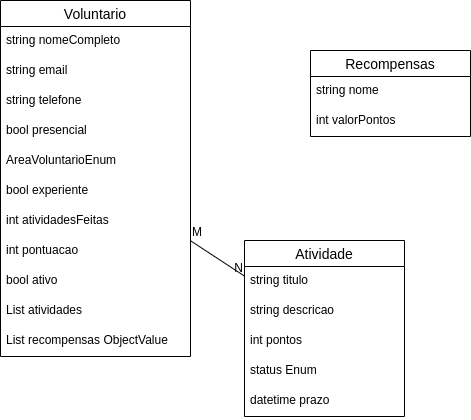
Earlier version of the draw.io export docs/AjudaeDiagram.png (bibi-eight/Ajudae). Source tidied: cells renumbered, new cells last; positions are measured from the earlier drawing's top-left corner, leaving out a move shared by most shapes. Its diagram source:
```xml
<mxGraphModel>
  <root>
    <mxCell id="0" />
    <mxCell id="1" parent="0" />
    <mxCell id="2" value="Voluntario" style="swimlane;fontStyle=0;horizontal=1;startSize=26;align=center;fontSize=14;" parent="1" vertex="1">
      <mxGeometry width="190" height="356" as="geometry" />
    </mxCell>
    <mxCell id="3" value="string nomeCompleto" style="text;strokeColor=none;fillColor=none;spacingLeft=4;spacingRight=4;overflow=hidden;fontSize=12;whiteSpace=wrap;html=1;" parent="2" vertex="1">
      <mxGeometry y="26" width="190" height="30" as="geometry" />
    </mxCell>
    <mxCell id="4" value="string email" style="text;strokeColor=none;fillColor=none;spacingLeft=4;spacingRight=4;overflow=hidden;fontSize=12;whiteSpace=wrap;html=1;" parent="2" vertex="1">
      <mxGeometry y="56" width="190" height="30" as="geometry" />
    </mxCell>
    <mxCell id="5" value="string telefone" style="text;strokeColor=none;fillColor=none;spacingLeft=4;spacingRight=4;overflow=hidden;fontSize=12;whiteSpace=wrap;html=1;" parent="2" vertex="1">
      <mxGeometry y="86" width="190" height="30" as="geometry" />
    </mxCell>
    <mxCell id="6" value="bool presencial" style="text;strokeColor=none;fillColor=none;spacingLeft=4;spacingRight=4;overflow=hidden;fontSize=12;whiteSpace=wrap;html=1;" parent="2" vertex="1">
      <mxGeometry y="116" width="190" height="30" as="geometry" />
    </mxCell>
    <mxCell id="7" value="AreaVoluntarioEnum" style="text;strokeColor=none;fillColor=none;spacingLeft=4;spacingRight=4;overflow=hidden;fontSize=12;whiteSpace=wrap;html=1;" parent="2" vertex="1">
      <mxGeometry y="146" width="190" height="30" as="geometry" />
    </mxCell>
    <mxCell id="8" value="bool experiente" style="text;strokeColor=none;fillColor=none;spacingLeft=4;spacingRight=4;overflow=hidden;fontSize=12;whiteSpace=wrap;html=1;" parent="2" vertex="1">
      <mxGeometry y="176" width="190" height="30" as="geometry" />
    </mxCell>
    <mxCell id="9" value="int atividadesFeitas" style="text;strokeColor=none;fillColor=none;spacingLeft=4;spacingRight=4;overflow=hidden;fontSize=12;whiteSpace=wrap;html=1;" parent="2" vertex="1">
      <mxGeometry y="206" width="190" height="30" as="geometry" />
    </mxCell>
    <mxCell id="10" value="int pontuacao" style="text;strokeColor=none;fillColor=none;spacingLeft=4;spacingRight=4;overflow=hidden;fontSize=12;whiteSpace=wrap;html=1;" parent="2" vertex="1">
      <mxGeometry y="236" width="190" height="30" as="geometry" />
    </mxCell>
    <mxCell id="11" value="bool ativo" style="text;strokeColor=none;fillColor=none;spacingLeft=4;spacingRight=4;overflow=hidden;fontSize=12;whiteSpace=wrap;html=1;" parent="2" vertex="1">
      <mxGeometry y="266" width="190" height="30" as="geometry" />
    </mxCell>
    <mxCell id="12" value="List atividades" style="text;strokeColor=none;fillColor=none;spacingLeft=4;spacingRight=4;overflow=hidden;fontSize=12;whiteSpace=wrap;html=1;" parent="2" vertex="1">
      <mxGeometry y="296" width="190" height="30" as="geometry" />
    </mxCell>
    <mxCell id="13" value="List recompensas ObjectValue" style="text;strokeColor=none;fillColor=none;spacingLeft=4;spacingRight=4;overflow=hidden;fontSize=12;whiteSpace=wrap;html=1;" parent="2" vertex="1">
      <mxGeometry y="326" width="190" height="30" as="geometry" />
    </mxCell>
    <mxCell id="14" value="Atividade" style="swimlane;fontStyle=0;horizontal=1;startSize=26;align=center;fontSize=14;" parent="1" vertex="1">
      <mxGeometry x="244" y="240" width="160" height="176" as="geometry" />
    </mxCell>
    <mxCell id="15" value="string titulo" style="text;strokeColor=none;fillColor=none;spacingLeft=4;spacingRight=4;overflow=hidden;fontSize=12;whiteSpace=wrap;html=1;" parent="14" vertex="1">
      <mxGeometry y="26" width="160" height="30" as="geometry" />
    </mxCell>
    <mxCell id="16" value="string descricao" style="text;strokeColor=none;fillColor=none;spacingLeft=4;spacingRight=4;overflow=hidden;fontSize=12;whiteSpace=wrap;html=1;" parent="14" vertex="1">
      <mxGeometry y="56" width="160" height="30" as="geometry" />
    </mxCell>
    <mxCell id="17" value="int pontos" style="text;strokeColor=none;fillColor=none;spacingLeft=4;spacingRight=4;overflow=hidden;fontSize=12;whiteSpace=wrap;html=1;" parent="14" vertex="1">
      <mxGeometry y="86" width="160" height="30" as="geometry" />
    </mxCell>
    <mxCell id="18" value="status Enum" style="text;strokeColor=none;fillColor=none;spacingLeft=4;spacingRight=4;overflow=hidden;fontSize=12;whiteSpace=wrap;html=1;" parent="14" vertex="1">
      <mxGeometry y="116" width="160" height="30" as="geometry" />
    </mxCell>
    <mxCell id="19" value="datetime prazo" style="text;strokeColor=none;fillColor=none;spacingLeft=4;spacingRight=4;overflow=hidden;fontSize=12;whiteSpace=wrap;html=1;" parent="14" vertex="1">
      <mxGeometry y="146" width="160" height="30" as="geometry" />
    </mxCell>
    <mxCell id="20" style="endArrow=none;html=1;rounded=0;" parent="1" edge="1" source="2" target="14">
      <mxGeometry relative="1" as="geometry" />
    </mxCell>
    <mxCell id="21" value="M" style="html=1;whiteSpace=wrap;align=left;verticalAlign=bottom;" parent="20" vertex="1">
      <mxGeometry x="-1" relative="1" as="geometry" />
    </mxCell>
    <mxCell id="22" value="N" style="html=1;whiteSpace=wrap;align=right;verticalAlign=bottom;" parent="20" vertex="1">
      <mxGeometry x="1" relative="1" as="geometry" />
    </mxCell>
    <mxCell id="23" value="Recompensas" style="swimlane;fontStyle=0;horizontal=1;startSize=26;align=center;fontSize=14;" parent="1" vertex="1">
      <mxGeometry x="310" y="50" width="160" height="86" as="geometry" />
    </mxCell>
    <mxCell id="24" value="string nome" style="text;strokeColor=none;fillColor=none;spacingLeft=4;spacingRight=4;overflow=hidden;fontSize=12;whiteSpace=wrap;html=1;" parent="23" vertex="1">
      <mxGeometry y="26" width="160" height="30" as="geometry" />
    </mxCell>
    <mxCell id="25" value="int valorPontos" style="text;strokeColor=none;fillColor=none;spacingLeft=4;spacingRight=4;overflow=hidden;fontSize=12;whiteSpace=wrap;html=1;" parent="23" vertex="1">
      <mxGeometry y="56" width="160" height="30" as="geometry" />
    </mxCell>
  </root>
</mxGraphModel>
```
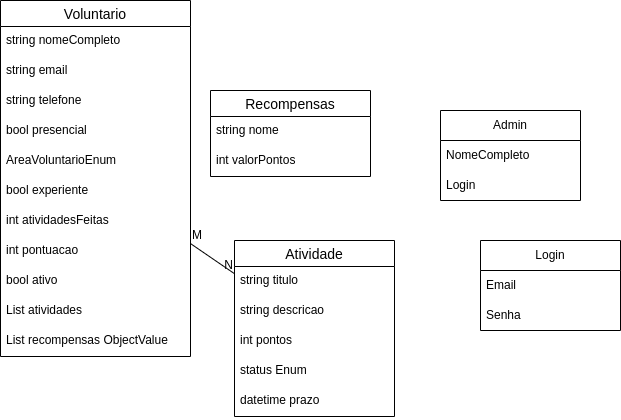
The same diagram one commit later.

Commit message:
chore: classe admin pra autenticação ?

What changed in the source:
```diff
@@ -3,7 +3,7 @@
     <mxCell id="0" />
     <mxCell id="1" parent="0" />
     <mxCell id="2" value="Voluntario" style="swimlane;fontStyle=0;horizontal=1;startSize=26;align=center;fontSize=14;" parent="1" vertex="1">
-      <mxGeometry width="190" height="356" as="geometry" />
+      <mxGeometry x="-70" width="190" height="356" as="geometry" />
     </mxCell>
     <mxCell id="3" value="string nomeCompleto" style="text;strokeColor=none;fillColor=none;spacingLeft=4;spacingRight=4;overflow=hidden;fontSize=12;whiteSpace=wrap;html=1;" parent="2" vertex="1">
       <mxGeometry y="26" width="190" height="30" as="geometry" />
@@ -39,7 +39,7 @@
       <mxGeometry y="326" width="190" height="30" as="geometry" />
     </mxCell>
     <mxCell id="14" value="Atividade" style="swimlane;fontStyle=0;horizontal=1;startSize=26;align=center;fontSize=14;" parent="1" vertex="1">
-      <mxGeometry x="244" y="240" width="160" height="176" as="geometry" />
+      <mxGeometry x="164" y="240" width="160" height="176" as="geometry" />
     </mxCell>
     <mxCell id="15" value="string titulo" style="text;strokeColor=none;fillColor=none;spacingLeft=4;spacingRight=4;overflow=hidden;fontSize=12;whiteSpace=wrap;html=1;" parent="14" vertex="1">
       <mxGeometry y="26" width="160" height="30" as="geometry" />
@@ -66,7 +66,7 @@
       <mxGeometry x="1" relative="1" as="geometry" />
     </mxCell>
     <mxCell id="23" value="Recompensas" style="swimlane;fontStyle=0;horizontal=1;startSize=26;align=center;fontSize=14;" parent="1" vertex="1">
-      <mxGeometry x="310" y="50" width="160" height="86" as="geometry" />
+      <mxGeometry x="140" y="90" width="160" height="86" as="geometry" />
     </mxCell>
     <mxCell id="24" value="string nome" style="text;strokeColor=none;fillColor=none;spacingLeft=4;spacingRight=4;overflow=hidden;fontSize=12;whiteSpace=wrap;html=1;" parent="23" vertex="1">
       <mxGeometry y="26" width="160" height="30" as="geometry" />
@@ -74,5 +74,23 @@
     <mxCell id="25" value="int valorPontos" style="text;strokeColor=none;fillColor=none;spacingLeft=4;spacingRight=4;overflow=hidden;fontSize=12;whiteSpace=wrap;html=1;" parent="23" vertex="1">
       <mxGeometry y="56" width="160" height="30" as="geometry" />
     </mxCell>
+    <mxCell id="26" value="Admin" style="swimlane;fontStyle=0;horizontal=1;startSize=30;whiteSpace=wrap;html=1;" parent="1" vertex="1">
+      <mxGeometry x="370" y="110" width="140" height="90" as="geometry" />
+    </mxCell>
+    <mxCell id="27" value="NomeCompleto" style="text;strokeColor=none;fillColor=none;align=left;verticalAlign=middle;spacingLeft=4;spacingRight=4;overflow=hidden;whiteSpace=wrap;html=1;" parent="26" vertex="1">
+      <mxGeometry y="30" width="140" height="30" as="geometry" />
+    </mxCell>
+    <mxCell id="28" value="Login" style="text;strokeColor=none;fillColor=none;align=left;verticalAlign=middle;spacingLeft=4;spacingRight=4;overflow=hidden;whiteSpace=wrap;html=1;" parent="26" vertex="1">
+      <mxGeometry y="60" width="140" height="30" as="geometry" />
+    </mxCell>
+    <mxCell id="29" value="Login" style="swimlane;fontStyle=0;horizontal=1;startSize=30;whiteSpace=wrap;html=1;" parent="1" vertex="1">
+      <mxGeometry x="410" y="240" width="140" height="90" as="geometry" />
+    </mxCell>
+    <mxCell id="30" value="Email" style="text;strokeColor=none;fillColor=none;align=left;verticalAlign=middle;spacingLeft=4;spacingRight=4;overflow=hidden;whiteSpace=wrap;html=1;" parent="29" vertex="1">
+      <mxGeometry y="30" width="140" height="30" as="geometry" />
+    </mxCell>
+    <mxCell id="31" value="Senha" style="text;strokeColor=none;fillColor=none;align=left;verticalAlign=middle;spacingLeft=4;spacingRight=4;overflow=hidden;whiteSpace=wrap;html=1;" parent="29" vertex="1">
+      <mxGeometry y="60" width="140" height="30" as="geometry" />
+    </mxCell>
   </root>
 </mxGraphModel>
```
